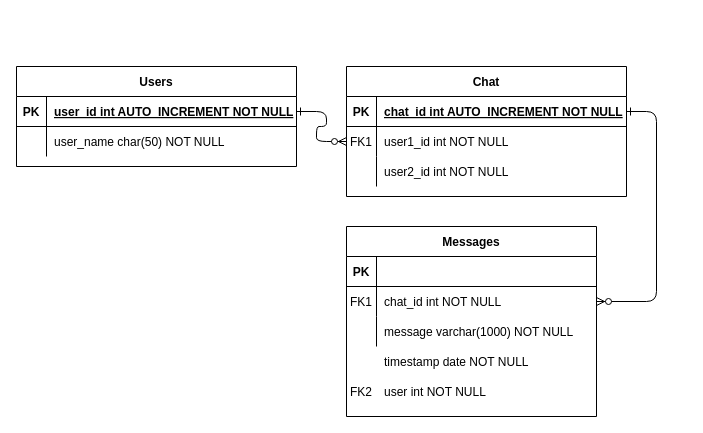
This is Database.drawio from Corceiro/ChatTest-BE, a draw.io file, before an edit. Source tidied: cells renumbered, new cells numbered last; positions are measured from the earlier drawing's top-left corner, leaving out a move shared by most shapes. Both pictures are drawn from the tidied source at 100%, with x=0, y=0 at pixel (16, 66).
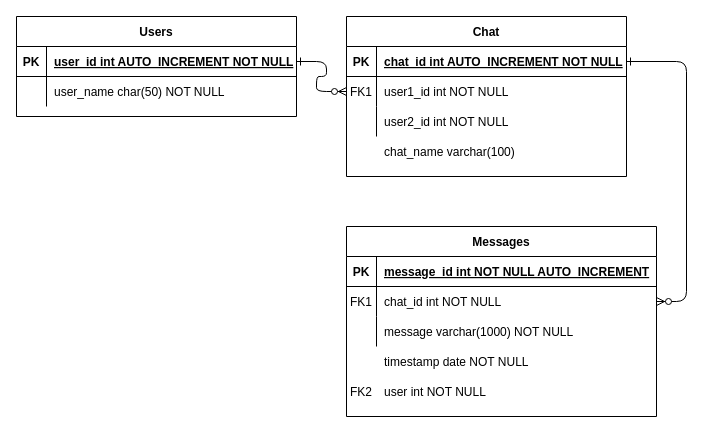
The same diagram, later.

What changed in the source:
```diff
@@
     <mxCell id="4" value="Chat" style="shape=table;startSize=30;childLayout=tableLayout;rowLines=0;fontStyle=1;align=center;" parent="1" vertex="1">
-      <mxGeometry x="330" width="280" height="130" as="geometry" />
+      <mxGeometry x="330" y="-50" width="280" height="160" as="geometry" />
     </mxCell>
@@
     <mxCell id="14" value="Messages" style="shape=table;startSize=30;childLayout=tableLayout;rowLines=0;fontStyle=1;align=center;" parent="1" vertex="1">
-      <mxGeometry x="330" y="160" width="250" height="190" as="geometry" />
+      <mxGeometry x="330" y="160" width="310" height="190" as="geometry" />
     </mxCell>
     <mxCell id="15" style="shape=partialRectangle;fillColor=none;top=0;left=0;right=0;bottom=1;" parent="14" vertex="1">
-      <mxGeometry y="30" width="250" height="30" as="geometry" />
+      <mxGeometry y="30" width="310" height="30" as="geometry" />
     </mxCell>
@@
-    <mxCell id="17" style="shape=partialRectangle;overflow=hidden;fillColor=none;top=0;left=0;bottom=0;right=0;align=left;spacingLeft=6;fontStyle=5;" parent="15" vertex="1">
-      <mxGeometry x="30" width="220" height="30" as="geometry" />
+    <mxCell id="17" value="message_id int NOT NULL AUTO_INCREMENT" style="shape=partialRectangle;overflow=hidden;fillColor=none;top=0;left=0;bottom=0;right=0;align=left;spacingLeft=6;fontStyle=5;" parent="15" vertex="1">
+      <mxGeometry x="30" width="280" height="30" as="geometry" />
     </mxCell>
     <mxCell id="18" style="shape=partialRectangle;fillColor=none;points=[[0,0.5],[1,0.5]];portConstraint=eastwest;top=0;left=0;right=0;bottom=0;" parent="14" vertex="1">
-      <mxGeometry y="60" width="250" height="30" as="geometry" />
+      <mxGeometry y="60" width="310" height="30" as="geometry" />
     </mxCell>
@@
     <mxCell id="20" value="chat_id int NOT NULL" style="shape=partialRectangle;overflow=hidden;fillColor=none;top=0;left=0;bottom=0;right=0;align=left;spacingLeft=6;" parent="18" vertex="1">
-      <mxGeometry x="30" width="220" height="30" as="geometry" />
+      <mxGeometry x="30" width="280" height="30" as="geometry" />
     </mxCell>
     <mxCell id="21" style="shape=partialRectangle;fillColor=none;top=0;left=0;right=0;bottom=0;" parent="14" vertex="1">
-      <mxGeometry y="90" width="250" height="30" as="geometry" />
+      <mxGeometry y="90" width="310" height="30" as="geometry" />
     </mxCell>
@@
     <mxCell id="23" value="message varchar(1000) NOT NULL" style="shape=partialRectangle;overflow=hidden;fillColor=none;top=0;left=0;bottom=0;right=0;align=left;spacingLeft=6;" parent="21" vertex="1">
-      <mxGeometry x="30" width="220" height="30" as="geometry" />
+      <mxGeometry x="30" width="280" height="30" as="geometry" />
     </mxCell>
     <mxCell id="24" value="Users" style="shape=table;startSize=30;childLayout=tableLayout;rowLines=0;fontStyle=1;align=center;" parent="1" vertex="1">
-      <mxGeometry width="280" height="100" as="geometry" />
+      <mxGeometry y="-50" width="280" height="100" as="geometry" />
     </mxCell>
@@
+    <mxCell id="38" value="chat_name varchar(100) " style="shape=partialRectangle;overflow=hidden;fillColor=none;top=0;left=0;bottom=0;right=0;align=left;spacingLeft=6;" parent="1" vertex="1">
+      <mxGeometry x="360" y="70" width="250" height="30" as="geometry" />
+    </mxCell>
```
